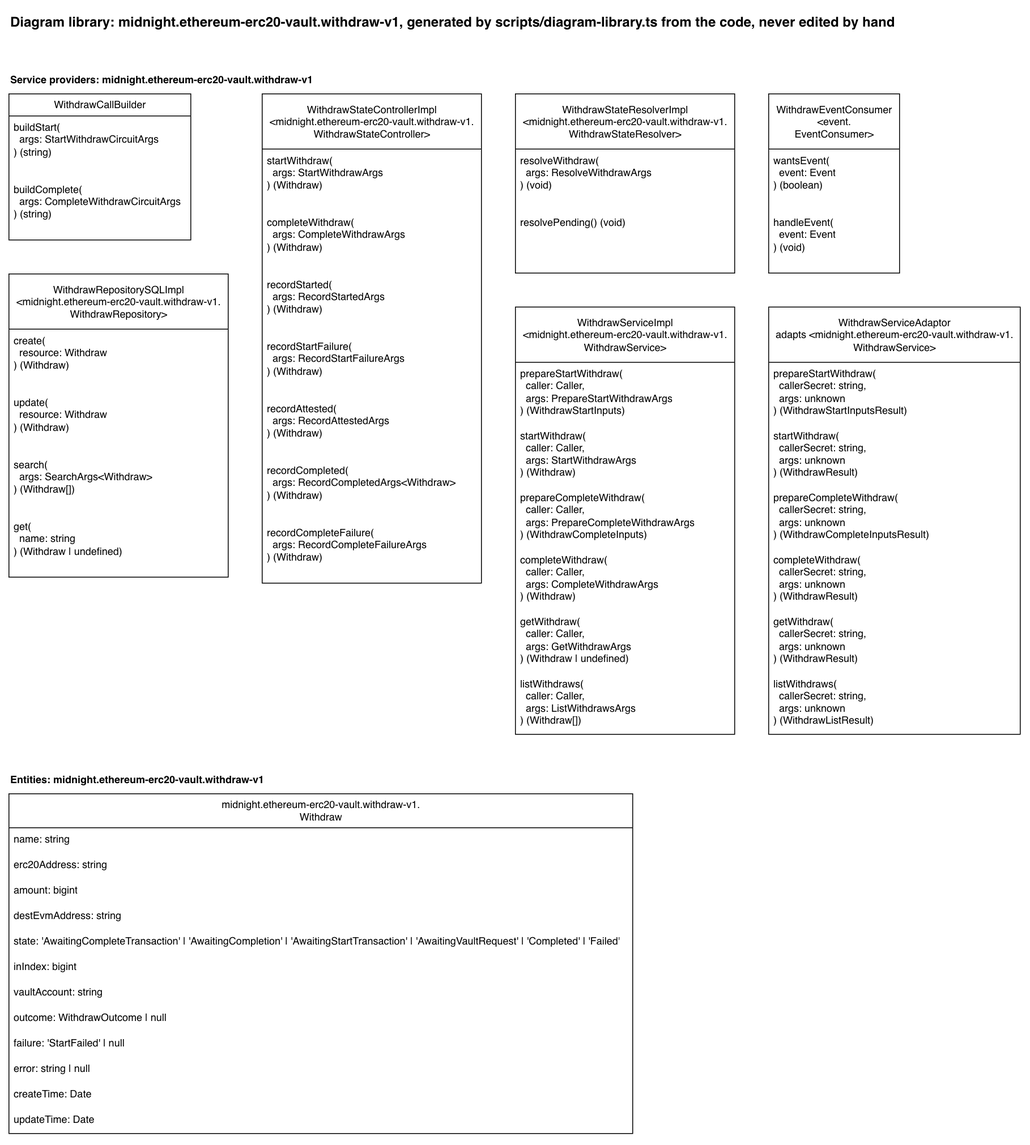
Earlier version of the draw.io export docs/diagram-library/midnight/ethereum-erc20-vault/withdraw-v1/diagram-library.drawio.png (sig-net/full-stack-demo). Source tidied: cells renumbered, new cells last; positions are measured from the earlier drawing's top-left corner, leaving out a move shared by most shapes.
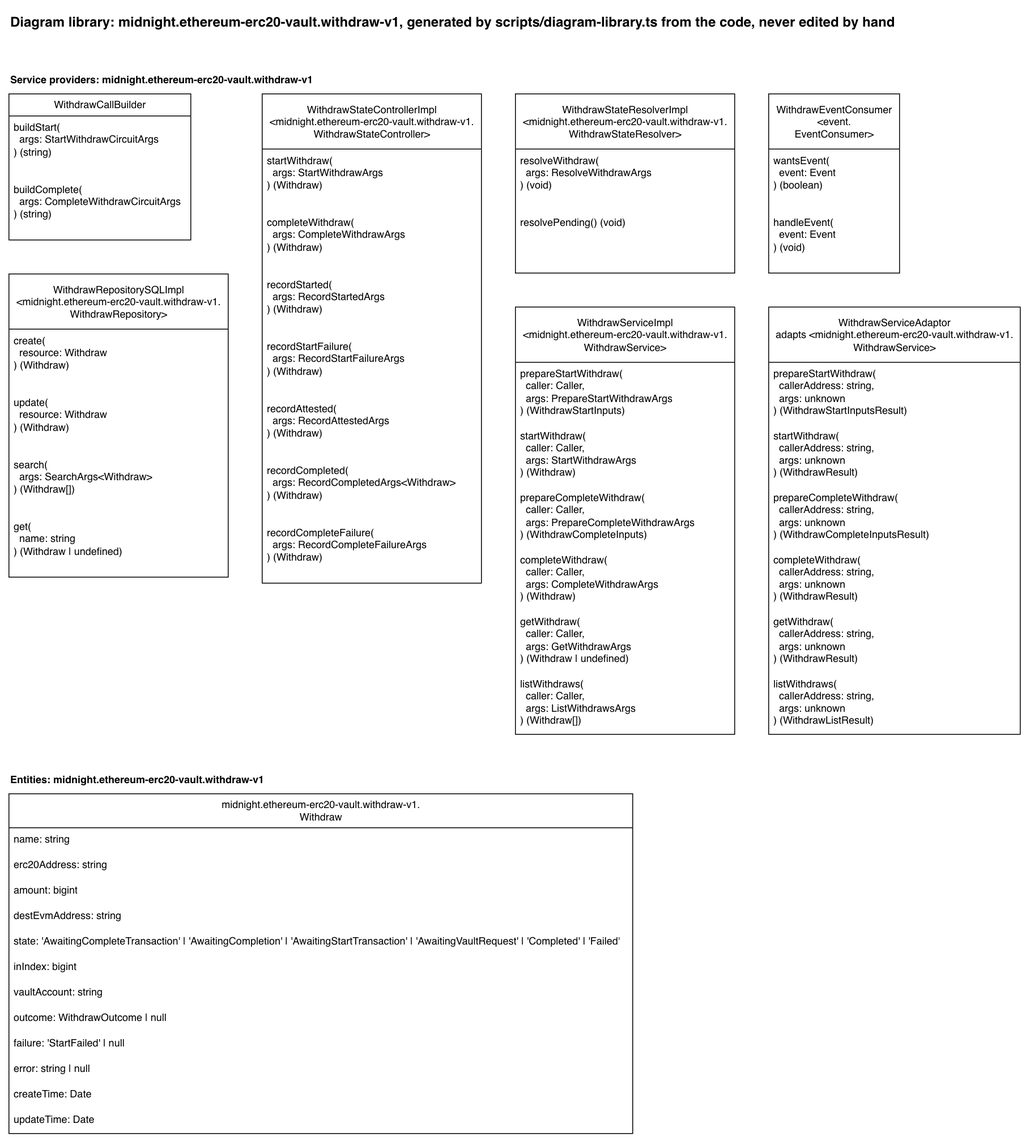
The same diagram one commit later.

Change to the diagram source:
```diff
@@ -98,22 +98,22 @@
     <mxCell id="33" value="WithdrawServiceAdaptor&lt;br&gt;adapts &amp;lt;midnight.ethereum-erc20-vault.withdraw-v1.&lt;br&gt;WithdrawService&amp;gt;" style="swimlane;fontStyle=0;horizontal=1;startSize=65;fillColor=default;html=1;fillStyle=solid;" parent="1" vertex="1">
       <mxGeometry x="894" y="351" width="296" height="503" as="geometry" />
     </mxCell>
-    <mxCell id="34" value="prepareStartWithdraw(&lt;br&gt;&amp;nbsp; callerSecret: string,&lt;br&gt;&amp;nbsp; args: unknown&lt;br&gt;) (WithdrawStartInputsResult)" style="text;strokeColor=none;fillColor=none;align=left;verticalAlign=top;spacingLeft=4;spacingRight=4;overflow=hidden;whiteSpace=wrap;html=1;" parent="33" vertex="1">
+    <mxCell id="34" value="prepareStartWithdraw(&lt;br&gt;&amp;nbsp; callerAddress: string,&lt;br&gt;&amp;nbsp; args: unknown&lt;br&gt;) (WithdrawStartInputsResult)" style="text;strokeColor=none;fillColor=none;align=left;verticalAlign=top;spacingLeft=4;spacingRight=4;overflow=hidden;whiteSpace=wrap;html=1;" parent="33" vertex="1">
       <mxGeometry y="65" width="296" height="73" as="geometry" />
     </mxCell>
-    <mxCell id="35" value="startWithdraw(&lt;br&gt;&amp;nbsp; callerSecret: string,&lt;br&gt;&amp;nbsp; args: unknown&lt;br&gt;) (WithdrawResult)" style="text;strokeColor=none;fillColor=none;align=left;verticalAlign=top;spacingLeft=4;spacingRight=4;overflow=hidden;whiteSpace=wrap;html=1;" parent="33" vertex="1">
+    <mxCell id="35" value="startWithdraw(&lt;br&gt;&amp;nbsp; callerAddress: string,&lt;br&gt;&amp;nbsp; args: unknown&lt;br&gt;) (WithdrawResult)" style="text;strokeColor=none;fillColor=none;align=left;verticalAlign=top;spacingLeft=4;spacingRight=4;overflow=hidden;whiteSpace=wrap;html=1;" parent="33" vertex="1">
       <mxGeometry y="138" width="296" height="73" as="geometry" />
     </mxCell>
-    <mxCell id="36" value="prepareCompleteWithdraw(&lt;br&gt;&amp;nbsp; callerSecret: string,&lt;br&gt;&amp;nbsp; args: unknown&lt;br&gt;) (WithdrawCompleteInputsResult)" style="text;strokeColor=none;fillColor=none;align=left;verticalAlign=top;spacingLeft=4;spacingRight=4;overflow=hidden;whiteSpace=wrap;html=1;" parent="33" vertex="1">
+    <mxCell id="36" value="prepareCompleteWithdraw(&lt;br&gt;&amp;nbsp; callerAddress: string,&lt;br&gt;&amp;nbsp; args: unknown&lt;br&gt;) (WithdrawCompleteInputsResult)" style="text;strokeColor=none;fillColor=none;align=left;verticalAlign=top;spacingLeft=4;spacingRight=4;overflow=hidden;whiteSpace=wrap;html=1;" parent="33" vertex="1">
       <mxGeometry y="211" width="296" height="73" as="geometry" />
     </mxCell>
-    <mxCell id="37" value="completeWithdraw(&lt;br&gt;&amp;nbsp; callerSecret: string,&lt;br&gt;&amp;nbsp; args: unknown&lt;br&gt;) (WithdrawResult)" style="text;strokeColor=none;fillColor=none;align=left;verticalAlign=top;spacingLeft=4;spacingRight=4;overflow=hidden;whiteSpace=wrap;html=1;" parent="33" vertex="1">
+    <mxCell id="37" value="completeWithdraw(&lt;br&gt;&amp;nbsp; callerAddress: string,&lt;br&gt;&amp;nbsp; args: unknown&lt;br&gt;) (WithdrawResult)" style="text;strokeColor=none;fillColor=none;align=left;verticalAlign=top;spacingLeft=4;spacingRight=4;overflow=hidden;whiteSpace=wrap;html=1;" parent="33" vertex="1">
       <mxGeometry y="284" width="296" height="73" as="geometry" />
     </mxCell>
-    <mxCell id="38" value="getWithdraw(&lt;br&gt;&amp;nbsp; callerSecret: string,&lt;br&gt;&amp;nbsp; args: unknown&lt;br&gt;) (WithdrawResult)" style="text;strokeColor=none;fillColor=none;align=left;verticalAlign=top;spacingLeft=4;spacingRight=4;overflow=hidden;whiteSpace=wrap;html=1;" parent="33" vertex="1">
+    <mxCell id="38" value="getWithdraw(&lt;br&gt;&amp;nbsp; callerAddress: string,&lt;br&gt;&amp;nbsp; args: unknown&lt;br&gt;) (WithdrawResult)" style="text;strokeColor=none;fillColor=none;align=left;verticalAlign=top;spacingLeft=4;spacingRight=4;overflow=hidden;whiteSpace=wrap;html=1;" parent="33" vertex="1">
       <mxGeometry y="357" width="296" height="73" as="geometry" />
     </mxCell>
-    <mxCell id="39" value="listWithdraws(&lt;br&gt;&amp;nbsp; callerSecret: string,&lt;br&gt;&amp;nbsp; args: unknown&lt;br&gt;) (WithdrawListResult)" style="text;strokeColor=none;fillColor=none;align=left;verticalAlign=top;spacingLeft=4;spacingRight=4;overflow=hidden;whiteSpace=wrap;html=1;" parent="33" vertex="1">
+    <mxCell id="39" value="listWithdraws(&lt;br&gt;&amp;nbsp; callerAddress: string,&lt;br&gt;&amp;nbsp; args: unknown&lt;br&gt;) (WithdrawListResult)" style="text;strokeColor=none;fillColor=none;align=left;verticalAlign=top;spacingLeft=4;spacingRight=4;overflow=hidden;whiteSpace=wrap;html=1;" parent="33" vertex="1">
       <mxGeometry y="430" width="296" height="73" as="geometry" />
     </mxCell>
     <mxCell id="40" value="Entities: midnight.ethereum-erc20-vault.withdraw-v1" style="text;html=1;fontStyle=1;" parent="1" vertex="1">
```
